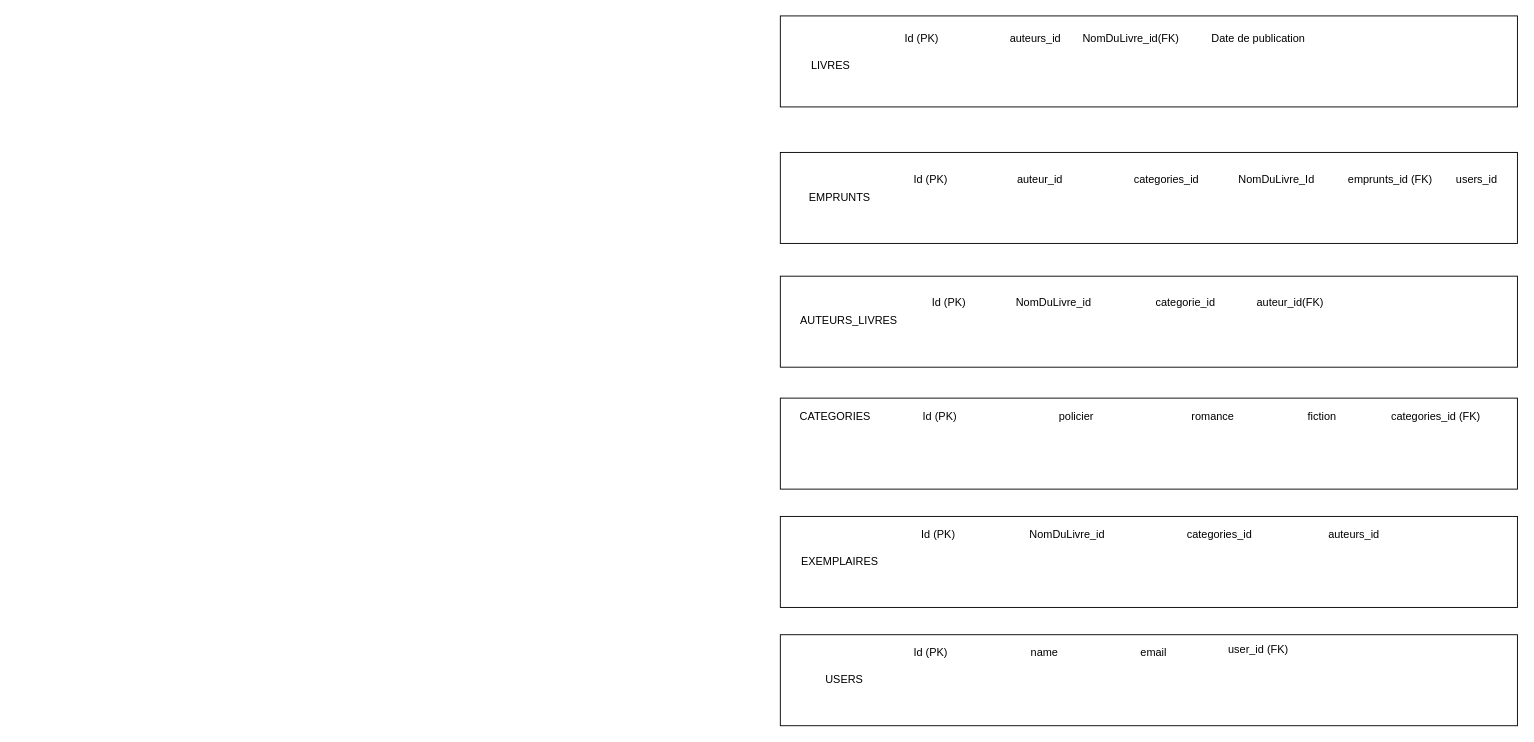
Earlier version of the draw.io diagram programming/node/Diagramme sans nom.drawio (Frantz-tech/current-training). Source tidied: cells renumbered, new cells numbered last; positions are measured from the earlier drawing's top-left corner, leaving out a move shared by most shapes. Both pictures are drawn from the tidied source at 91%, with x=0, y=0 at pixel (780, 15).
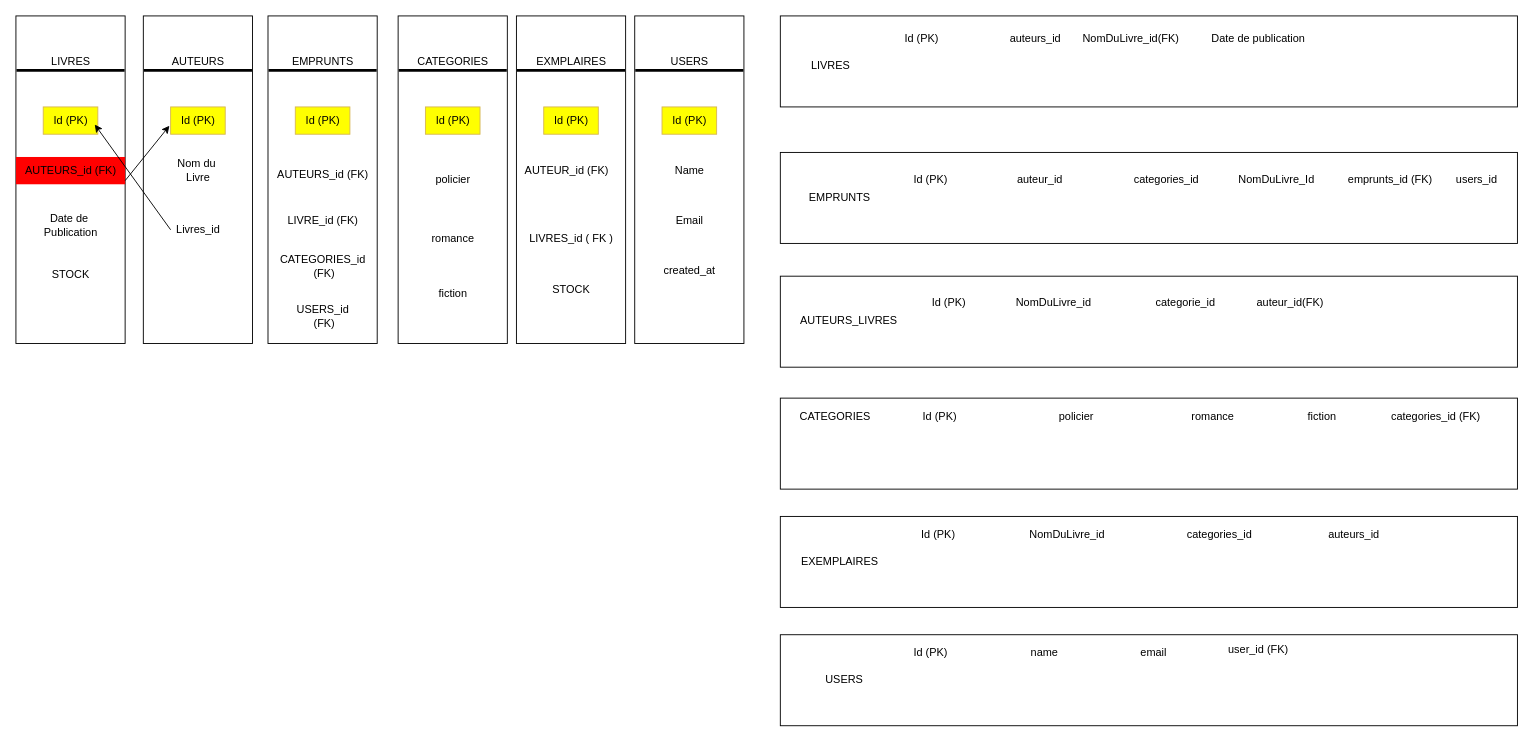
Above is the later version.

Commit message:
Mettre à jour Diagramme

Diff of the diagram source:
```diff
@@
+    <mxCell id="42" style="rounded=0;whiteSpace=wrap;html=1;" parent="1" vertex="1">
+      <mxGeometry x="-840" width="120" height="360" as="geometry" />
+    </mxCell>
+    <mxCell id="43" value="LIVRES" style="text;html=1;align=center;verticalAlign=middle;strokeColor=none;fillColor=none;" parent="1" vertex="1">
+      <mxGeometry x="-815" y="35" width="70" height="30" as="geometry" />
+    </mxCell>
+    <mxCell id="44" value="Id (PK)" style="text;html=1;align=center;verticalAlign=middle;points=[];strokeColor=#d6b656;fillColor=#FFFF00;" parent="1" vertex="1">
+      <mxGeometry x="-810" y="100" width="60" height="30" as="geometry" />
+    </mxCell>
+    <mxCell id="45" value="AUTEURS_id (FK)" style="text;html=1;align=center;verticalAlign=middle;strokeColor=none;fillColor=#FF0000;" parent="1" vertex="1">
+      <mxGeometry x="-840" y="155" width="120" height="30" as="geometry" />
+    </mxCell>
+    <mxCell id="46" value="Date de&amp;nbsp;&lt;div&gt;Publication&lt;/div&gt;" style="text;html=1;align=center;verticalAlign=middle;strokeColor=none;fillColor=none;" parent="1" vertex="1">
+      <mxGeometry x="-820" y="210" width="80" height="40" as="geometry" />
+    </mxCell>
+    <mxCell id="47" style="endArrow=none;html=1;rounded=0;entryX=0.995;entryY=0.166;entryDx=0;entryDy=0;entryPerimeter=0;exitX=0.005;exitY=0.166;exitDx=0;exitDy=0;exitPerimeter=0;strokeWidth=3;" parent="1" edge="1" source="42" target="42">
+      <mxGeometry relative="1" as="geometry" />
+    </mxCell>
+    <mxCell id="48" style="rounded=0;whiteSpace=wrap;html=1;" parent="1" vertex="1">
+      <mxGeometry x="-700" width="120" height="360" as="geometry" />
+    </mxCell>
+    <mxCell id="49" value="Id (PK)" style="text;html=1;align=center;verticalAlign=middle;points=[];strokeColor=#d6b656;fillColor=#FFFF00;" parent="1" vertex="1">
+      <mxGeometry x="-670" y="100" width="60" height="30" as="geometry" />
+    </mxCell>
+    <mxCell id="50" value="Nom du&amp;nbsp;&lt;div&gt;Livre&lt;/div&gt;" style="text;html=1;align=center;verticalAlign=middle;strokeColor=none;fillColor=none;" parent="1" vertex="1">
+      <mxGeometry x="-675" y="150" width="70" height="40" as="geometry" />
+    </mxCell>
+    <mxCell id="51" value="Livres_id" style="text;html=1;align=center;verticalAlign=middle;strokeColor=none;fillColor=none;" parent="1" vertex="1">
+      <mxGeometry x="-675" y="220" width="70" height="30" as="geometry" />
+    </mxCell>
+    <mxCell id="52" style="endArrow=none;html=1;rounded=0;entryX=0.995;entryY=0.166;entryDx=0;entryDy=0;entryPerimeter=0;exitX=0.005;exitY=0.166;exitDx=0;exitDy=0;exitPerimeter=0;strokeWidth=3;" parent="1" edge="1" source="48" target="48">
+      <mxGeometry relative="1" as="geometry" />
+    </mxCell>
+    <mxCell id="53" style="rounded=0;whiteSpace=wrap;html=1;" parent="1" vertex="1">
+      <mxGeometry x="-290" width="120" height="360" as="geometry" />
+    </mxCell>
+    <mxCell id="54" style="endArrow=none;html=1;rounded=0;entryX=0.995;entryY=0.166;entryDx=0;entryDy=0;entryPerimeter=0;exitX=0.005;exitY=0.166;exitDx=0;exitDy=0;exitPerimeter=0;strokeWidth=3;" parent="1" edge="1" source="53" target="53">
+      <mxGeometry relative="1" as="geometry" />
+    </mxCell>
+    <mxCell id="55" style="rounded=0;whiteSpace=wrap;html=1;" parent="1" vertex="1">
+      <mxGeometry x="-420" width="120" height="360" as="geometry" />
+    </mxCell>
+    <mxCell id="56" style="endArrow=none;html=1;rounded=0;entryX=0.995;entryY=0.166;entryDx=0;entryDy=0;entryPerimeter=0;exitX=0.005;exitY=0.166;exitDx=0;exitDy=0;exitPerimeter=0;strokeWidth=3;" parent="1" edge="1" source="55" target="55">
+      <mxGeometry relative="1" as="geometry" />
+    </mxCell>
+    <mxCell id="57" style="rounded=0;whiteSpace=wrap;html=1;" parent="1" vertex="1">
+      <mxGeometry x="-563" width="120" height="360" as="geometry" />
+    </mxCell>
+    <mxCell id="58" value="Id (PK)" style="text;html=1;align=center;verticalAlign=middle;strokeColor=#d6b656;fillColor=#FFFF00;" parent="1" vertex="1">
+      <mxGeometry x="-533" y="100" width="60" height="30" as="geometry" />
+    </mxCell>
+    <mxCell id="59" value="AUTEURS_id (FK)" style="text;html=1;align=center;verticalAlign=middle;strokeColor=none;fillColor=none;" parent="1" vertex="1">
+      <mxGeometry x="-563" y="160" width="120" height="30" as="geometry" />
+    </mxCell>
+    <mxCell id="60" value="LIVRE_id (FK)" style="text;html=1;align=center;verticalAlign=middle;strokeColor=none;fillColor=none;" parent="1" vertex="1">
+      <mxGeometry x="-553" y="210" width="100" height="30" as="geometry" />
+    </mxCell>
+    <mxCell id="61" value="CATEGORIES_id&lt;div&gt;&amp;nbsp;(FK)&lt;/div&gt;" style="text;html=1;align=center;verticalAlign=middle;strokeColor=none;fillColor=none;" parent="1" vertex="1">
+      <mxGeometry x="-563" y="255" width="120" height="40" as="geometry" />
+    </mxCell>
+    <mxCell id="62" style="endArrow=none;html=1;rounded=0;entryX=0.995;entryY=0.166;entryDx=0;entryDy=0;entryPerimeter=0;exitX=0.005;exitY=0.166;exitDx=0;exitDy=0;exitPerimeter=0;strokeWidth=3;" parent="1" edge="1" source="57" target="57">
+      <mxGeometry relative="1" as="geometry" />
+    </mxCell>
+    <mxCell id="63" value="AUTEURS" style="text;html=1;align=center;verticalAlign=middle;strokeColor=none;fillColor=none;" parent="1" vertex="1">
+      <mxGeometry x="-680" y="35" width="80" height="30" as="geometry" />
+    </mxCell>
+    <mxCell id="64" value="EMPRUNTS" style="text;html=1;align=center;verticalAlign=middle;strokeColor=none;fillColor=none;" parent="1" vertex="1">
+      <mxGeometry x="-548" y="35" width="90" height="30" as="geometry" />
+    </mxCell>
+    <mxCell id="65" value="CATEGORIES" style="text;html=1;align=center;verticalAlign=middle;strokeColor=none;fillColor=none;" parent="1" vertex="1">
+      <mxGeometry x="-410" y="35" width="100" height="30" as="geometry" />
+    </mxCell>
+    <mxCell id="66" value="EXMPLAIRES" style="text;html=1;align=center;verticalAlign=middle;strokeColor=none;fillColor=none;" parent="1" vertex="1">
+      <mxGeometry x="-280" y="35" width="100" height="30" as="geometry" />
+    </mxCell>
+    <mxCell id="67" style="rounded=0;whiteSpace=wrap;html=1;" parent="1" vertex="1">
+      <mxGeometry x="-160" width="120" height="360" as="geometry" />
+    </mxCell>
+    <mxCell id="68" value="USERS" style="text;html=1;align=center;verticalAlign=middle;strokeColor=none;fillColor=none;" parent="1" vertex="1">
+      <mxGeometry x="-130" y="35" width="60" height="30" as="geometry" />
+    </mxCell>
+    <mxCell id="69" value="Id (PK)" style="text;html=1;align=center;verticalAlign=middle;strokeColor=#d6b656;fillColor=#FFFF00;" parent="1" vertex="1">
+      <mxGeometry x="-390" y="100" width="60" height="30" as="geometry" />
+    </mxCell>
+    <mxCell id="70" value="policier" style="text;html=1;align=center;verticalAlign=middle;strokeColor=none;fillColor=none;" parent="1" vertex="1">
+      <mxGeometry x="-390" y="165" width="60" height="30" as="geometry" />
+    </mxCell>
+    <mxCell id="71" value="romance" style="text;html=1;align=center;verticalAlign=middle;strokeColor=none;fillColor=none;" parent="1" vertex="1">
+      <mxGeometry x="-395" y="230" width="70" height="30" as="geometry" />
+    </mxCell>
+    <mxCell id="72" value="fiction" style="text;html=1;align=center;verticalAlign=middle;strokeColor=none;fillColor=none;" parent="1" vertex="1">
+      <mxGeometry x="-385" y="290" width="50" height="30" as="geometry" />
+    </mxCell>
+    <mxCell id="73" style="endArrow=none;html=1;rounded=0;entryX=0.995;entryY=0.166;entryDx=0;entryDy=0;entryPerimeter=0;exitX=0.005;exitY=0.166;exitDx=0;exitDy=0;exitPerimeter=0;strokeWidth=3;" parent="1" edge="1" source="67" target="67">
+      <mxGeometry relative="1" as="geometry" />
+    </mxCell>
+    <mxCell id="74" value="Id (PK)" style="text;html=1;align=center;verticalAlign=middle;strokeColor=#d6b656;fillColor=#FFFF00;" parent="1" vertex="1">
+      <mxGeometry x="-260" y="100" width="60" height="30" as="geometry" />
+    </mxCell>
+    <mxCell id="75" value="AUTEUR_id (FK)" style="text;html=1;align=center;verticalAlign=middle;strokeColor=none;fillColor=none;" parent="1" vertex="1">
+      <mxGeometry x="-295" y="155" width="120" height="30" as="geometry" />
+    </mxCell>
+    <mxCell id="76" value="LIVRES_id ( FK )" style="text;html=1;align=center;verticalAlign=middle;strokeColor=none;fillColor=none;" parent="1" vertex="1">
+      <mxGeometry x="-290" y="230" width="120" height="30" as="geometry" />
+    </mxCell>
+    <mxCell id="77" value="Id (PK)" style="text;html=1;align=center;verticalAlign=middle;strokeColor=#d6b656;fillColor=#FFFF00;" parent="1" vertex="1">
+      <mxGeometry x="-130" y="100" width="60" height="30" as="geometry" />
+    </mxCell>
+    <mxCell id="78" value="Name" style="text;html=1;align=center;verticalAlign=middle;strokeColor=none;fillColor=none;" parent="1" vertex="1">
+      <mxGeometry x="-130" y="155" width="60" height="30" as="geometry" />
+    </mxCell>
+    <mxCell id="79" value="Email" style="text;html=1;align=center;verticalAlign=middle;strokeColor=none;fillColor=none;" parent="1" vertex="1">
+      <mxGeometry x="-125" y="210" width="50" height="30" as="geometry" />
+    </mxCell>
+    <mxCell id="80" value="created_at" style="text;html=1;align=center;verticalAlign=middle;strokeColor=none;fillColor=none;" parent="1" vertex="1">
+      <mxGeometry x="-140" y="265" width="80" height="30" as="geometry" />
+    </mxCell>
+    <mxCell id="81" style="endArrow=classic;html=1;rounded=0;entryX=0.944;entryY=0.644;entryDx=0;entryDy=0;entryPerimeter=0;" parent="1" edge="1" target="44">
+      <mxGeometry relative="1" as="geometry">
+        <mxPoint x="-670" y="235" as="sourcePoint" />
+      </mxGeometry>
+    </mxCell>
+    <mxCell id="82" style="endArrow=classic;html=1;rounded=0;entryX=-0.022;entryY=0.689;entryDx=0;entryDy=0;entryPerimeter=0;" parent="1" edge="1" target="49">
+      <mxGeometry relative="1" as="geometry">
+        <mxPoint x="-720" y="181" as="sourcePoint" />
+      </mxGeometry>
+    </mxCell>
+    <mxCell id="83" value="USERS_id&lt;div&gt;&amp;nbsp;(FK)&lt;/div&gt;" style="text;html=1;align=center;verticalAlign=middle;strokeColor=none;fillColor=none;" parent="1" vertex="1">
+      <mxGeometry x="-543" y="310" width="80" height="40" as="geometry" />
+    </mxCell>
+    <mxCell id="84" value="STOCK" style="text;html=1;align=center;verticalAlign=middle;strokeColor=none;fillColor=none;" parent="1" vertex="1">
+      <mxGeometry x="-810" y="270" width="60" height="30" as="geometry" />
+    </mxCell>
+    <mxCell id="85" value="STOCK" style="text;html=1;align=center;verticalAlign=middle;strokeColor=none;fillColor=none;" parent="1" vertex="1">
+      <mxGeometry x="-260" y="286" width="60" height="30" as="geometry" />
+    </mxCell>
```
